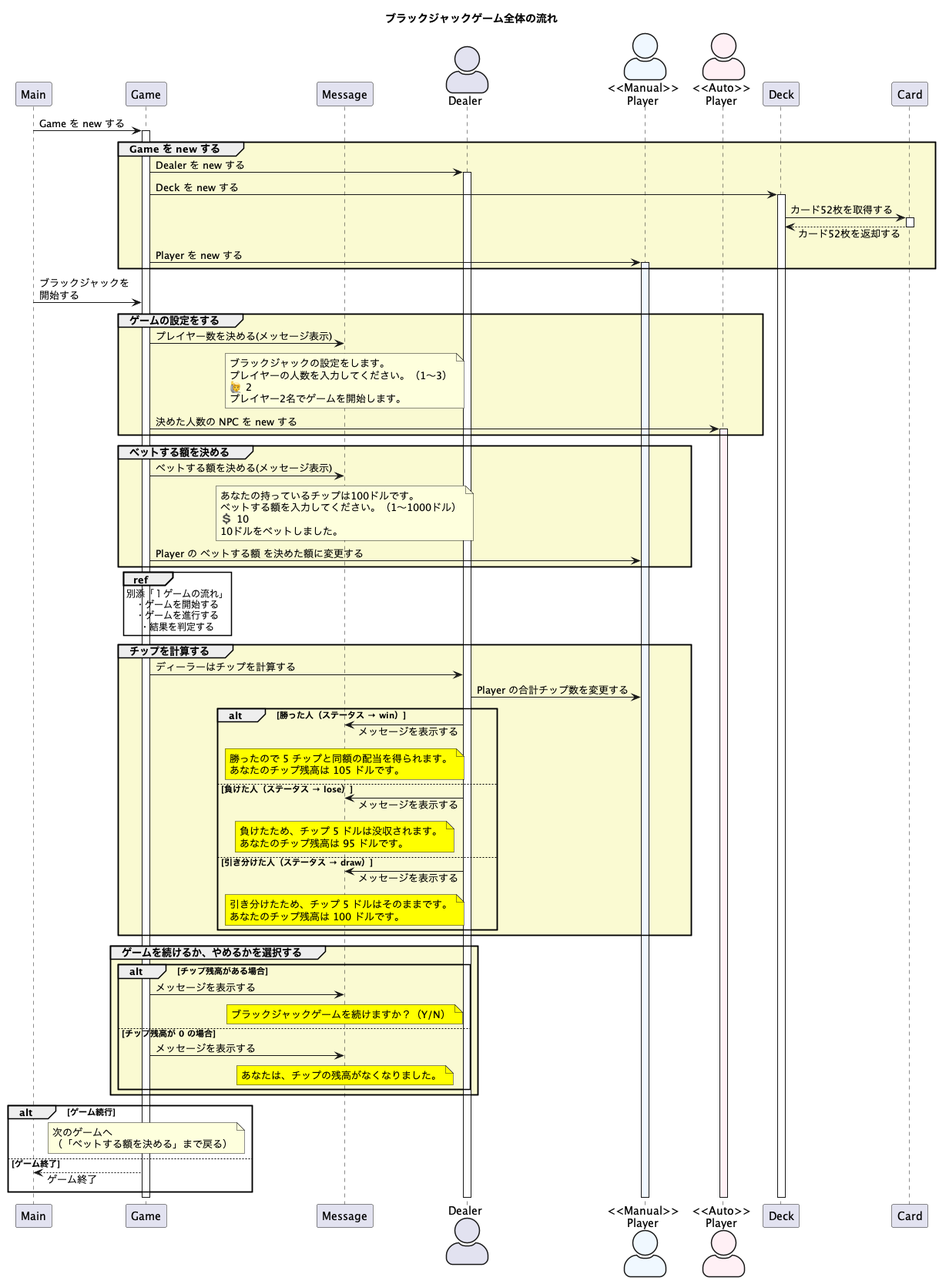
Earlier version of the PlantUML export out/docs/sequence/Blackjack.png (ryamate/php-oop-cli-blackjack).
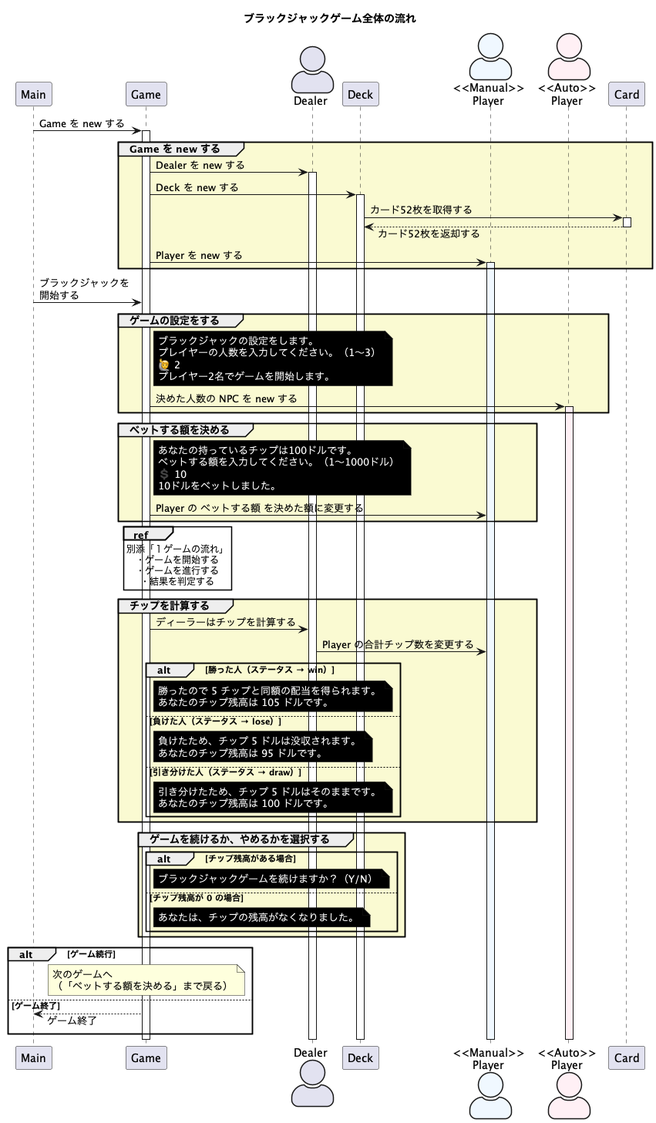
Above is the later version.

Change to the diagram source:
```diff
@@ -7,12 +7,11 @@
 
 participant Main order 10
 participant Game order 20
-participant Message order 30
-actor Dealer order 40
+actor Dealer order 30
+participant Deck order 40
 actor "<<Manual>>\nPlayer" as mp order 50 #AliceBlue
 actor "<<Auto>>\nPlayer" as ap order 60 #LavenderBlush
-participant Deck order 70
-participant Card order 80
+participant Card order 70
 
 Main -> Game : Game を new する
 
@@ -34,12 +33,11 @@
 Main -> Game : ブラックジャックを\n開始する
 
 group #LightGoldenRodYellow ゲームの設定をする
-  Game -> Message : プレイヤー数を決める(メッセージ表示)
-  note over Message
-  ブラックジャックの設定をします。
-  プレイヤーの人数を入力してください。（1〜3）
-  🙋‍ 2
-  プレイヤー2名でゲームを開始します。
+  note right Game #Black
+  <font color="white">ブラックジャックの設定をします。
+  <font color="white">プレイヤーの人数を入力してください。（1〜3）
+  <font color="white">🙋‍ 2
+  <font color="white">プレイヤー2名でゲームを開始します。
   end note
 
   Game -> ap : 決めた人数の NPC を new する
@@ -47,12 +45,11 @@
 end
 
 group #LightGoldenRodYellow ベットする額を決める
-  Game -> Message : ベットする額を決める(メッセージ表示)
-  note over Message
-  あなたの持っているチップは100ドルです。
-  ベットする額を入力してください。（1〜1000ドル）
-  💲 10
-  10ドルをベットしました。
+  note right Game #Black
+  <font color="white">あなたの持っているチップは100ドルです。
+  <font color="white">ベットする額を入力してください。（1〜1000ドル）
+  <font color="white">💲 10
+  <font color="white">10ドルをベットしました。
   end note
   Game -> mp : Player の ベットする額 を決めた額に変更する
 end
@@ -69,23 +66,20 @@
     Dealer -> mp : Player の合計チップ数を変更する
 
     alt 勝った人（ステータス → win）
-      Dealer ->  Message : メッセージを表示する
-      note over Message #Yellow
-        勝ったので 5 チップと同額の配当を得られます。
-        あなたのチップ残高は 105 ドルです。
+      note right Game #Black
+        <font color="white">勝ったので 5 チップと同額の配当を得られます。
+        <font color="white">あなたのチップ残高は 105 ドルです。
       end note
 
     else 負けた人（ステータス → lose）
-      Dealer ->  Message : メッセージを表示する
-      note over Message #Yellow
-        負けたため、チップ 5 ドルは没収されます。
-        あなたのチップ残高は 95 ドルです。
+      note right Game #Black
+        <font color="white">負けたため、チップ 5 ドルは没収されます。
+        <font color="white">あなたのチップ残高は 95 ドルです。
       end note
     else 引き分けた人（ステータス → draw）
-      Dealer ->  Message : メッセージを表示する
-      note over Message #Yellow
-        引き分けたため、チップ 5 ドルはそのままです。
-        あなたのチップ残高は 100 ドルです。
+      note right Game #Black
+        <font color="white">引き分けたため、チップ 5 ドルはそのままです。
+        <font color="white">あなたのチップ残高は 100 ドルです。
       end note
     end
 end
@@ -93,14 +87,12 @@
 group #LightGoldenRodYellow ゲームを続けるか、やめるかを選択する
 
     alt チップ残高がある場合
-      Game ->  Message : メッセージを表示する
-      note over Message #Yellow
-        ブラックジャックゲームを続けますか？（Y/N）
+      note right Game #Black
+        <font color="white">ブラックジャックゲームを続けますか？（Y/N）
       end note
     else チップ残高が 0 の場合
-      Game ->  Message : メッセージを表示する
-      note over Message #Yellow
-        あなたは、チップの残高がなくなりました。
+      note right Game #Black
+        <font color="white">あなたは、チップの残高がなくなりました。
       end note
     end
 end
```
